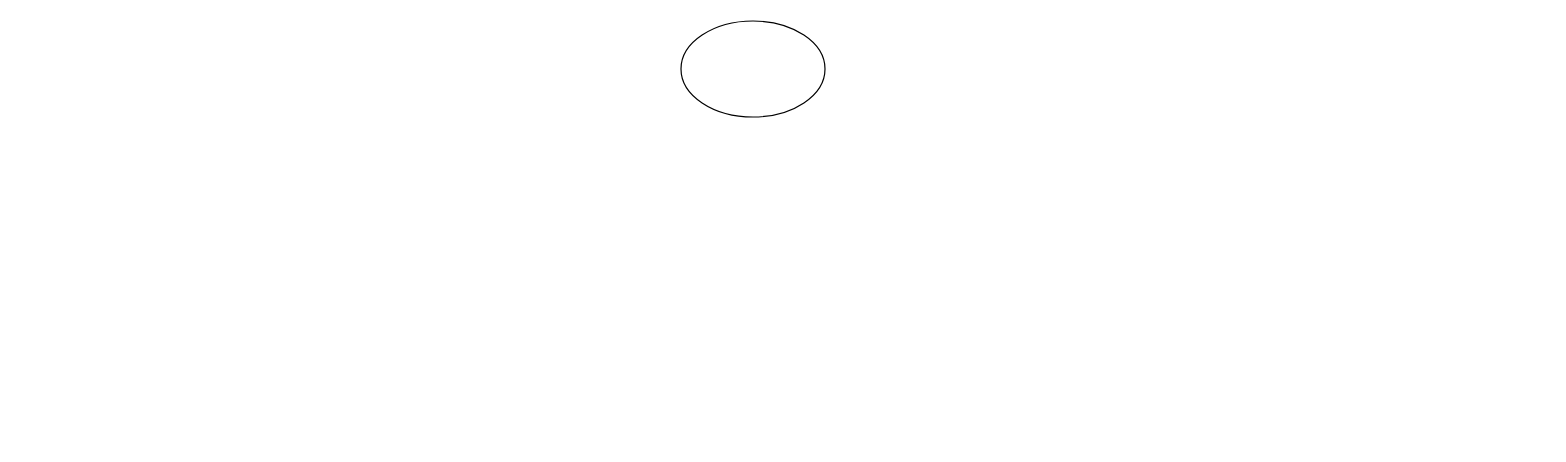
The draw.io diagram 软件需求工程.drawio in Olive-2019/drawio-source, before the edit. Source tidied: cells renumbered, new cells numbered last; positions are measured from the earlier drawing's top-left corner, leaving out a move shared by most shapes. Both pictures are drawn from the tidied source at 120%, with x=0, y=0 at pixel (680, 20).
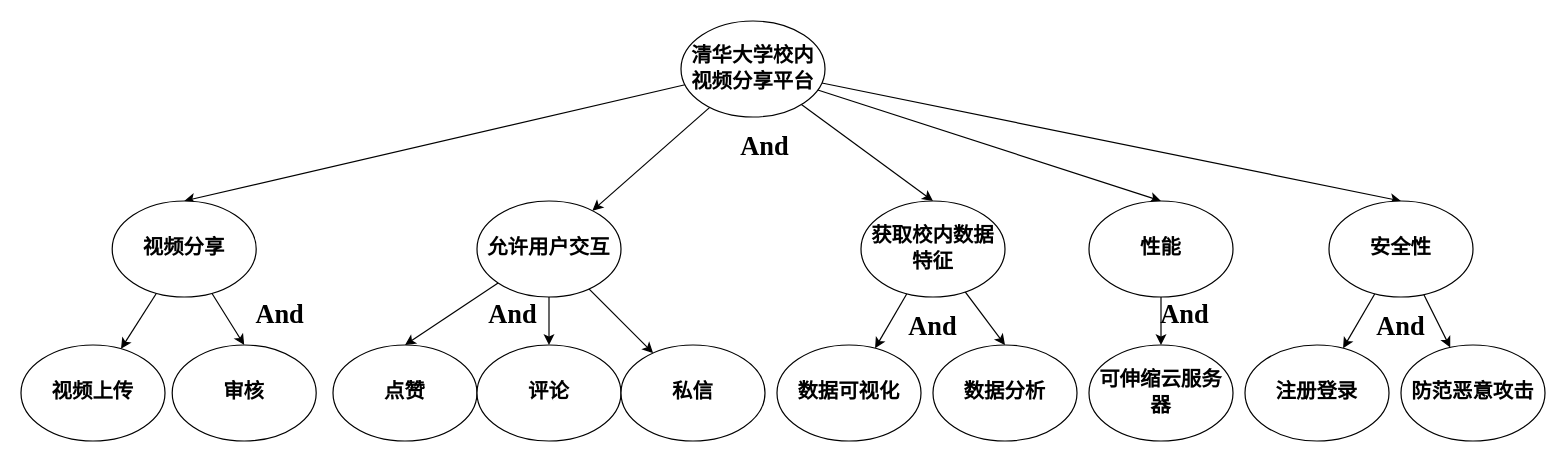
The same page after the edit.

Commit message:
更新软件需求工程.drawio

Diff of the diagram source:
```diff
@@
+    <mxCell id="3" style="rounded=0;jettySize=auto;html=1;" parent="1" edge="1" source="2" target="14">
+      <mxGeometry relative="1" as="geometry" />
+    </mxCell>
+    <mxCell id="4" style="shape=connector;rounded=0;jettySize=auto;html=1;entryX=0.5;entryY=0;entryDx=0;entryDy=0;labelBackgroundColor=default;strokeColor=default;align=center;verticalAlign=middle;fontFamily=Helvetica;fontSize=11;fontColor=default;endArrow=classic;" parent="1" edge="1" source="2" target="17">
+      <mxGeometry relative="1" as="geometry" />
+    </mxCell>
+    <mxCell id="5" style="shape=connector;rounded=0;jettySize=auto;html=1;entryX=0.5;entryY=0;entryDx=0;entryDy=0;labelBackgroundColor=default;strokeColor=default;align=center;verticalAlign=middle;fontFamily=Helvetica;fontSize=11;fontColor=default;endArrow=classic;" parent="1" edge="1" source="2" target="10">
+      <mxGeometry relative="1" as="geometry" />
+    </mxCell>
+    <mxCell id="6" style="shape=connector;rounded=0;jettySize=auto;html=1;entryX=0.5;entryY=0;entryDx=0;entryDy=0;labelBackgroundColor=default;strokeColor=default;align=center;verticalAlign=middle;fontFamily=Helvetica;fontSize=11;fontColor=default;endArrow=classic;" parent="1" edge="1" source="2" target="19">
+      <mxGeometry relative="1" as="geometry" />
+    </mxCell>
+    <mxCell id="7" style="shape=connector;rounded=0;jettySize=auto;html=1;entryX=0.5;entryY=0;entryDx=0;entryDy=0;labelBackgroundColor=default;strokeColor=default;align=center;verticalAlign=middle;fontFamily=Helvetica;fontSize=11;fontColor=default;endArrow=classic;" parent="1" edge="1" source="2" target="22">
+      <mxGeometry relative="1" as="geometry" />
+    </mxCell>
-    <mxCell id="2" style="ellipse;whiteSpace=wrap;html=1;" parent="1" vertex="1">
+    <mxCell id="2" value="清华大学校内视频分享平台" style="ellipse;whiteSpace=wrap;html=1;fontFamily=宋体;fontStyle=1;fontSize=17;" parent="1" vertex="1">
       <mxGeometry width="120" height="80" as="geometry" />
     </mxCell>
+    <mxCell id="8" style="shape=connector;rounded=0;jettySize=auto;html=1;labelBackgroundColor=default;strokeColor=default;align=center;verticalAlign=middle;fontFamily=Helvetica;fontSize=11;fontColor=default;endArrow=classic;" parent="1" edge="1" source="10" target="23">
+      <mxGeometry relative="1" as="geometry" />
+    </mxCell>
+    <mxCell id="9" style="shape=connector;rounded=0;jettySize=auto;html=1;entryX=0.5;entryY=0;entryDx=0;entryDy=0;labelBackgroundColor=default;strokeColor=default;align=center;verticalAlign=middle;fontFamily=Helvetica;fontSize=11;fontColor=default;endArrow=classic;" parent="1" edge="1" source="10" target="24">
+      <mxGeometry relative="1" as="geometry" />
+    </mxCell>
+    <mxCell id="10" value="视频分享" style="ellipse;whiteSpace=wrap;html=1;fontFamily=宋体;fontStyle=1;fontSize=17;" parent="1" vertex="1">
+      <mxGeometry x="-474" y="150" width="120" height="80" as="geometry" />
+    </mxCell>
+    <mxCell id="11" style="shape=connector;rounded=0;jettySize=auto;html=1;entryX=0.5;entryY=0;entryDx=0;entryDy=0;labelBackgroundColor=default;strokeColor=default;align=center;verticalAlign=middle;fontFamily=Helvetica;fontSize=11;fontColor=default;endArrow=classic;" parent="1" edge="1" source="14" target="25">
+      <mxGeometry relative="1" as="geometry" />
+    </mxCell>
+    <mxCell id="12" style="shape=connector;rounded=0;jettySize=auto;html=1;labelBackgroundColor=default;strokeColor=default;align=center;verticalAlign=middle;fontFamily=Helvetica;fontSize=11;fontColor=default;endArrow=classic;" parent="1" edge="1" source="14" target="27">
+      <mxGeometry relative="1" as="geometry" />
+    </mxCell>
+    <mxCell id="13" style="shape=connector;rounded=0;jettySize=auto;html=1;labelBackgroundColor=default;strokeColor=default;align=center;verticalAlign=middle;fontFamily=Helvetica;fontSize=11;fontColor=default;endArrow=classic;" parent="1" edge="1" source="14" target="26">
+      <mxGeometry relative="1" as="geometry" />
+    </mxCell>
+    <mxCell id="14" value="允许用户交互" style="ellipse;whiteSpace=wrap;html=1;fontFamily=宋体;fontStyle=1;fontSize=17;" parent="1" vertex="1">
+      <mxGeometry x="-170" y="150" width="120" height="80" as="geometry" />
+    </mxCell>
+    <mxCell id="15" style="shape=connector;rounded=0;jettySize=auto;html=1;labelBackgroundColor=default;strokeColor=default;align=center;verticalAlign=middle;fontFamily=Helvetica;fontSize=11;fontColor=default;endArrow=classic;" parent="1" edge="1" source="17" target="28">
+      <mxGeometry relative="1" as="geometry" />
+    </mxCell>
+    <mxCell id="16" style="shape=connector;rounded=0;jettySize=auto;html=1;entryX=0.5;entryY=0;entryDx=0;entryDy=0;labelBackgroundColor=default;strokeColor=default;align=center;verticalAlign=middle;fontFamily=Helvetica;fontSize=11;fontColor=default;endArrow=classic;" parent="1" edge="1" source="17" target="29">
+      <mxGeometry relative="1" as="geometry" />
+    </mxCell>
+    <mxCell id="17" value="获取校内数据特征" style="ellipse;whiteSpace=wrap;html=1;fontFamily=宋体;fontStyle=1;fontSize=17;" parent="1" vertex="1">
+      <mxGeometry x="150" y="150" width="120" height="80" as="geometry" />
+    </mxCell>
+    <mxCell id="18" style="shape=connector;rounded=0;jettySize=auto;html=1;entryX=0.5;entryY=0;entryDx=0;entryDy=0;labelBackgroundColor=default;strokeColor=default;align=center;verticalAlign=middle;fontFamily=Helvetica;fontSize=11;fontColor=default;endArrow=classic;" parent="1" edge="1" source="19" target="30">
+      <mxGeometry relative="1" as="geometry" />
+    </mxCell>
+    <mxCell id="19" value="性能" style="ellipse;whiteSpace=wrap;html=1;fontFamily=宋体;fontStyle=1;fontSize=17;" parent="1" vertex="1">
+      <mxGeometry x="340" y="150" width="120" height="80" as="geometry" />
+    </mxCell>
+    <mxCell id="20" style="shape=connector;rounded=0;jettySize=auto;html=1;labelBackgroundColor=default;strokeColor=default;align=center;verticalAlign=middle;fontFamily=Helvetica;fontSize=11;fontColor=default;endArrow=classic;" parent="1" edge="1" source="22" target="31">
+      <mxGeometry relative="1" as="geometry" />
+    </mxCell>
+    <mxCell id="21" style="shape=connector;rounded=0;jettySize=auto;html=1;labelBackgroundColor=default;strokeColor=default;align=center;verticalAlign=middle;fontFamily=Helvetica;fontSize=11;fontColor=default;endArrow=classic;" parent="1" edge="1" source="22" target="32">
+      <mxGeometry relative="1" as="geometry" />
+    </mxCell>
+    <mxCell id="22" value="安全性" style="ellipse;whiteSpace=wrap;html=1;fontFamily=宋体;fontStyle=1;fontSize=17;" parent="1" vertex="1">
+      <mxGeometry x="540" y="150" width="120" height="80" as="geometry" />
+    </mxCell>
+    <mxCell id="23" value="视频上传" style="ellipse;whiteSpace=wrap;html=1;fontFamily=宋体;fontStyle=1;fontSize=17;" parent="1" vertex="1">
+      <mxGeometry x="-550" y="270" width="120" height="80" as="geometry" />
+    </mxCell>
+    <mxCell id="24" value="审核" style="ellipse;whiteSpace=wrap;html=1;fontFamily=宋体;fontStyle=1;fontSize=17;" parent="1" vertex="1">
+      <mxGeometry x="-424" y="270" width="120" height="80" as="geometry" />
+    </mxCell>
+    <mxCell id="25" value="点赞" style="ellipse;whiteSpace=wrap;html=1;fontFamily=宋体;fontStyle=1;fontSize=17;" parent="1" vertex="1">
+      <mxGeometry x="-290" y="270" width="120" height="80" as="geometry" />
+    </mxCell>
+    <mxCell id="26" value="评论" style="ellipse;whiteSpace=wrap;html=1;fontFamily=宋体;fontStyle=1;fontSize=17;" parent="1" vertex="1">
+      <mxGeometry x="-170" y="270" width="120" height="80" as="geometry" />
+    </mxCell>
+    <mxCell id="27" value="私信" style="ellipse;whiteSpace=wrap;html=1;fontFamily=宋体;fontStyle=1;fontSize=17;" parent="1" vertex="1">
+      <mxGeometry x="-50" y="270" width="120" height="80" as="geometry" />
+    </mxCell>
+    <mxCell id="28" value="数据可视化" style="ellipse;whiteSpace=wrap;html=1;fontFamily=宋体;fontStyle=1;fontSize=17;" parent="1" vertex="1">
+      <mxGeometry x="80" y="270" width="120" height="80" as="geometry" />
+    </mxCell>
+    <mxCell id="29" value="数据分析" style="ellipse;whiteSpace=wrap;html=1;fontFamily=宋体;fontStyle=1;fontSize=17;" parent="1" vertex="1">
+      <mxGeometry x="210" y="270" width="120" height="80" as="geometry" />
+    </mxCell>
+    <mxCell id="30" value="可伸缩云服务器" style="ellipse;whiteSpace=wrap;html=1;fontFamily=宋体;fontStyle=1;fontSize=17;" parent="1" vertex="1">
+      <mxGeometry x="340" y="270" width="120" height="80" as="geometry" />
+    </mxCell>
+    <mxCell id="31" value="注册登录" style="ellipse;whiteSpace=wrap;html=1;fontFamily=宋体;fontStyle=1;fontSize=17;" parent="1" vertex="1">
+      <mxGeometry x="470" y="270" width="120" height="80" as="geometry" />
+    </mxCell>
+    <mxCell id="32" value="防范恶意攻击" style="ellipse;whiteSpace=wrap;html=1;fontFamily=宋体;fontStyle=1;fontSize=17;" parent="1" vertex="1">
+      <mxGeometry x="600" y="270" width="120" height="80" as="geometry" />
+    </mxCell>
+    <mxCell id="33" value="And" style="text;html=1;strokeColor=none;fillColor=none;align=center;verticalAlign=middle;whiteSpace=wrap;rounded=0;fontSize=22;fontStyle=1;fontFamily=Times New Roman;" parent="1" vertex="1">
+      <mxGeometry x="40" y="90" width="60" height="30" as="geometry" />
+    </mxCell>
+    <mxCell id="34" value="And" style="text;html=1;strokeColor=none;fillColor=none;align=center;verticalAlign=middle;whiteSpace=wrap;rounded=0;fontSize=22;fontStyle=1;fontFamily=Times New Roman;" parent="1" vertex="1">
+      <mxGeometry x="-364" y="230" width="60" height="30" as="geometry" />
+    </mxCell>
+    <mxCell id="35" value="And" style="text;html=1;strokeColor=none;fillColor=none;align=center;verticalAlign=middle;whiteSpace=wrap;rounded=0;fontSize=22;fontStyle=1;fontFamily=Times New Roman;" parent="1" vertex="1">
+      <mxGeometry x="-170" y="230" width="60" height="30" as="geometry" />
+    </mxCell>
+    <mxCell id="36" value="And" style="text;html=1;strokeColor=none;fillColor=none;align=center;verticalAlign=middle;whiteSpace=wrap;rounded=0;fontSize=22;fontStyle=1;fontFamily=Times New Roman;" parent="1" vertex="1">
+      <mxGeometry x="180" y="240" width="60" height="30" as="geometry" />
+    </mxCell>
+    <mxCell id="37" value="And" style="text;html=1;strokeColor=none;fillColor=none;align=center;verticalAlign=middle;whiteSpace=wrap;rounded=0;fontSize=22;fontStyle=1;fontFamily=Times New Roman;" parent="1" vertex="1">
+      <mxGeometry x="390" y="230" width="60" height="30" as="geometry" />
+    </mxCell>
+    <mxCell id="38" value="And" style="text;html=1;strokeColor=none;fillColor=none;align=center;verticalAlign=middle;whiteSpace=wrap;rounded=0;fontSize=22;fontStyle=1;fontFamily=Times New Roman;" parent="1" vertex="1">
+      <mxGeometry x="570" y="240" width="60" height="30" as="geometry" />
+    </mxCell>
```
